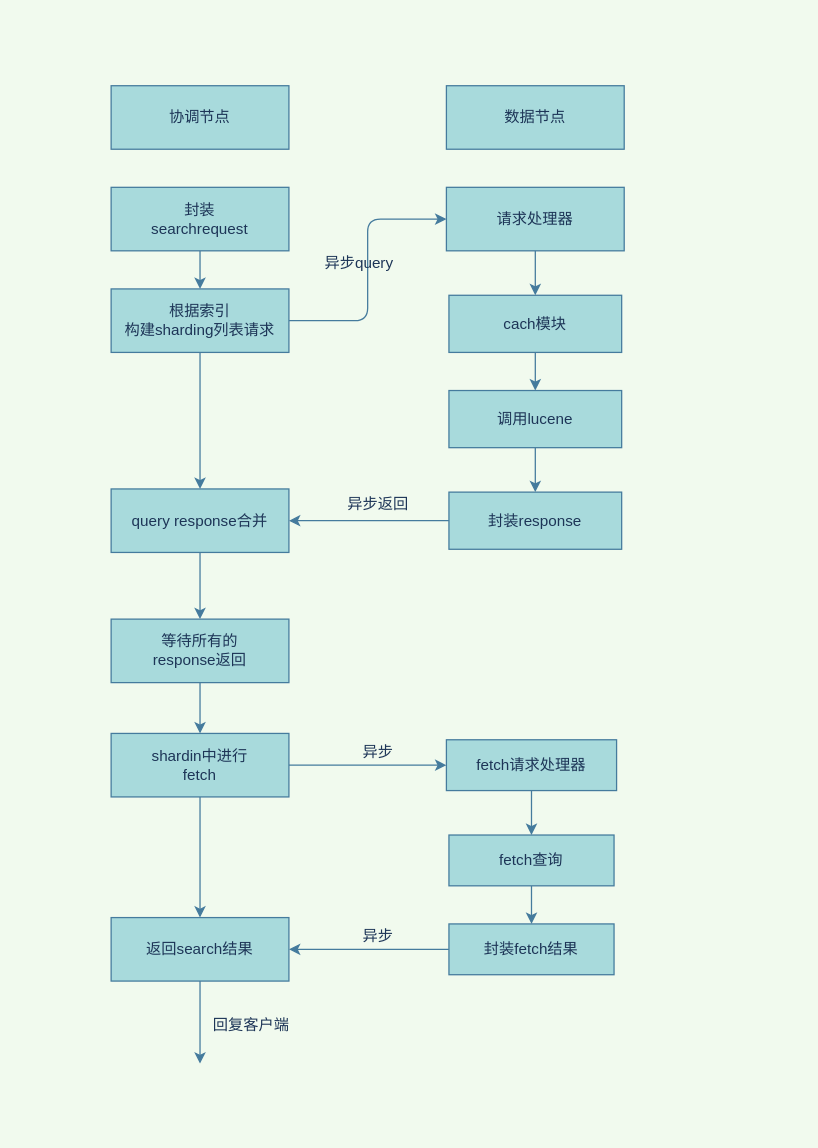
Before: docs/elasticsearch/5-1、elasticsearch查询流程详情/search详细流程.drawio in ZaynJiang/ZaynJiang.github.io, a draw.io diagram. Source tidied: cells renumbered, new cells numbered last; positions are measured from the earlier drawing's top-left corner, leaving out a move shared by most shapes. Both pictures are drawn from the tidied source at 127%, with x=0, y=0 at pixel (110, 85).
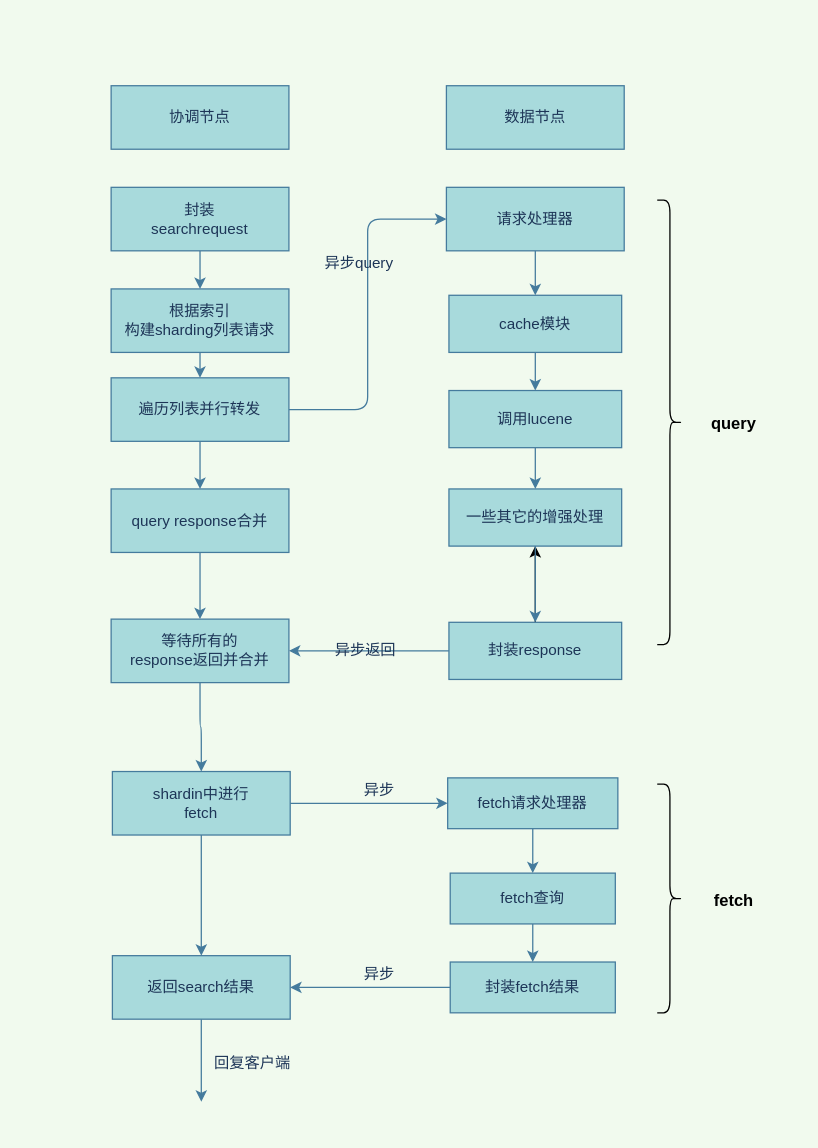
After the change.

The change refers to these unchanged cells:
```xml
<mxCell id="8" value="根据索引&lt;br&gt;构建sharding列表请求" style="rounded=0;whiteSpace=wrap;html=1;sketch=0;fontColor=#1D3557;strokeColor=#457B9D;fillColor=#A8DADC;" parent="1" vertex="1">
  <mxGeometry y="160" width="140" height="50" as="geometry" />
</mxCell>
<mxCell id="10" value="请求处理器" style="rounded=0;whiteSpace=wrap;html=1;sketch=0;fontColor=#1D3557;strokeColor=#457B9D;fillColor=#A8DADC;" parent="1" vertex="1">
  <mxGeometry x="264" y="80" width="140" height="50" as="geometry" />
</mxCell>
<mxCell id="14" value="调用lucene" style="whiteSpace=wrap;html=1;rounded=0;fontColor=#1D3557;strokeColor=#457B9D;fillColor=#A8DADC;sketch=0;" parent="1" vertex="1">
  <mxGeometry x="266" y="240" width="136" height="45" as="geometry" />
</mxCell>
<mxCell id="18" value="query response合并" style="rounded=0;whiteSpace=wrap;html=1;sketch=0;fontColor=#1D3557;strokeColor=#457B9D;fillColor=#A8DADC;" parent="1" vertex="1">
  <mxGeometry y="317.5" width="140" height="50" as="geometry" />
</mxCell>
```

Change to the diagram source:
```diff
@@
-    <mxCell id="6" style="edgeStyle=orthogonalEdgeStyle;curved=0;rounded=1;sketch=0;jettySize=auto;html=1;entryX=0;entryY=0.5;entryDx=0;entryDy=0;fontColor=#1D3557;strokeColor=#457B9D;fillColor=#A8DADC;" parent="1" edge="1" source="8" target="10">
+    <mxCell id="6" style="edgeStyle=orthogonalEdgeStyle;curved=0;rounded=1;sketch=0;jettySize=auto;html=1;entryX=0;entryY=0.5;entryDx=0;entryDy=0;fontColor=#1D3557;strokeColor=#457B9D;fillColor=#A8DADC;exitX=1;exitY=0.5;exitDx=0;exitDy=0;" parent="1" edge="1" source="38" target="10">
       <mxGeometry relative="1" as="geometry" />
     </mxCell>
-    <mxCell id="7" style="edgeStyle=orthogonalEdgeStyle;curved=0;rounded=1;sketch=0;jettySize=auto;html=1;fontColor=#1D3557;strokeColor=#457B9D;fillColor=#A8DADC;" parent="1" edge="1" source="8" target="18">
+    <mxCell id="7" style="edgeStyle=orthogonalEdgeStyle;curved=0;rounded=1;sketch=0;jettySize=auto;html=1;fontColor=#1D3557;strokeColor=#457B9D;fillColor=#A8DADC;exitX=0.5;exitY=1;exitDx=0;exitDy=0;" parent="1" edge="1" source="38" target="18">
       <mxGeometry relative="1" as="geometry" />
     </mxCell>
@@
-    <mxCell id="12" value="cach模块" style="whiteSpace=wrap;html=1;rounded=0;fontColor=#1D3557;strokeColor=#457B9D;fillColor=#A8DADC;sketch=0;" parent="1" vertex="1">
+    <mxCell id="12" value="cache模块" style="whiteSpace=wrap;html=1;rounded=0;fontColor=#1D3557;strokeColor=#457B9D;fillColor=#A8DADC;sketch=0;" parent="1" vertex="1">
       <mxGeometry x="266" y="165" width="136" height="45" as="geometry" />
     </mxCell>
-    <mxCell id="13" style="edgeStyle=orthogonalEdgeStyle;curved=0;rounded=1;sketch=0;jettySize=auto;html=1;fontColor=#1D3557;strokeColor=#457B9D;fillColor=#A8DADC;entryX=0.5;entryY=0;entryDx=0;entryDy=0;" parent="1" edge="1" source="14" target="16">
+    <mxCell id="13" style="edgeStyle=orthogonalEdgeStyle;curved=0;rounded=1;sketch=0;jettySize=auto;html=1;fontColor=#1D3557;strokeColor=#457B9D;fillColor=#A8DADC;entryX=0.5;entryY=0;entryDx=0;entryDy=0;" parent="1" edge="1" source="14" target="40">
       <mxGeometry relative="1" as="geometry" />
     </mxCell>
@@
-    <mxCell id="15" style="edgeStyle=orthogonalEdgeStyle;curved=0;rounded=1;sketch=0;jettySize=auto;html=1;fontColor=#1D3557;strokeColor=#457B9D;fillColor=#A8DADC;entryX=1;entryY=0.5;entryDx=0;entryDy=0;" parent="1" edge="1" source="16" target="18">
+    <mxCell id="15" style="edgeStyle=orthogonalEdgeStyle;curved=0;rounded=1;sketch=0;jettySize=auto;html=1;fontColor=#1D3557;strokeColor=#457B9D;fillColor=#A8DADC;entryX=1;entryY=0.5;entryDx=0;entryDy=0;" parent="1" edge="1" source="16" target="21">
       <mxGeometry relative="1" as="geometry" />
     </mxCell>
+    <mxCell id="37" style="edgeStyle=none;html=1;" parent="1" edge="1" source="16" target="40">
+      <mxGeometry relative="1" as="geometry" />
+    </mxCell>
     <mxCell id="16" value="封装response" style="whiteSpace=wrap;html=1;rounded=0;fontColor=#1D3557;strokeColor=#457B9D;fillColor=#A8DADC;sketch=0;" parent="1" vertex="1">
-      <mxGeometry x="266" y="320" width="136" height="45" as="geometry" />
+      <mxGeometry x="266" y="422.5" width="136" height="45" as="geometry" />
     </mxCell>
@@
     <mxCell id="19" value="异步返回" style="text;html=1;align=center;verticalAlign=middle;strokeColor=none;fontColor=#1D3557;" parent="1" vertex="1">
-      <mxGeometry x="180" y="320" width="60" height="20" as="geometry" />
+      <mxGeometry x="170" y="435" width="60" height="20" as="geometry" />
     </mxCell>
@@
-    <mxCell id="21" value="等待所有的&lt;br&gt;response返回" style="rounded=0;whiteSpace=wrap;html=1;sketch=0;fontColor=#1D3557;strokeColor=#457B9D;fillColor=#A8DADC;" parent="1" vertex="1">
+    <mxCell id="21" value="等待所有的&lt;br&gt;response返回并合并" style="rounded=0;whiteSpace=wrap;html=1;sketch=0;fontColor=#1D3557;strokeColor=#457B9D;fillColor=#A8DADC;" parent="1" vertex="1">
       <mxGeometry y="420" width="140" height="50" as="geometry" />
     </mxCell>
@@
     <mxCell id="25" value="shardin中进行&lt;br&gt;fetch" style="rounded=0;whiteSpace=wrap;html=1;sketch=0;fontColor=#1D3557;strokeColor=#457B9D;fillColor=#A8DADC;" parent="1" vertex="1">
-      <mxGeometry y="510" width="140" height="50" as="geometry" />
+      <mxGeometry x="1" y="540" width="140" height="50" as="geometry" />
     </mxCell>
@@
     <mxCell id="27" value="fetch请求处理器" style="rounded=0;whiteSpace=wrap;html=1;sketch=0;fontColor=#1D3557;strokeColor=#457B9D;fillColor=#A8DADC;" parent="1" vertex="1">
-      <mxGeometry x="264" y="515" width="134" height="40" as="geometry" />
+      <mxGeometry x="265" y="545" width="134" height="40" as="geometry" />
     </mxCell>
@@
     <mxCell id="29" value="fetch查询" style="rounded=0;whiteSpace=wrap;html=1;sketch=0;fontColor=#1D3557;strokeColor=#457B9D;fillColor=#A8DADC;" parent="1" vertex="1">
-      <mxGeometry x="266" y="590" width="130" height="40" as="geometry" />
+      <mxGeometry x="267" y="620" width="130" height="40" as="geometry" />
     </mxCell>
     <mxCell id="30" value="异步" style="text;html=1;align=center;verticalAlign=middle;strokeColor=none;fontColor=#1D3557;" parent="1" vertex="1">
-      <mxGeometry x="190" y="515" width="40" height="20" as="geometry" />
+      <mxGeometry x="191" y="545" width="40" height="20" as="geometry" />
     </mxCell>
@@
     <mxCell id="32" value="封装fetch结果" style="rounded=0;whiteSpace=wrap;html=1;sketch=0;fontColor=#1D3557;strokeColor=#457B9D;fillColor=#A8DADC;" parent="1" vertex="1">
-      <mxGeometry x="266" y="660" width="130" height="40" as="geometry" />
+      <mxGeometry x="267" y="690" width="130" height="40" as="geometry" />
     </mxCell>
     <mxCell id="33" style="edgeStyle=orthogonalEdgeStyle;curved=0;rounded=1;sketch=0;jettySize=auto;html=1;fontColor=#1D3557;strokeColor=#457B9D;fillColor=#A8DADC;" parent="1" edge="1" source="34">
       <mxGeometry relative="1" as="geometry">
-        <mxPoint x="70" y="770" as="targetPoint" />
+        <mxPoint x="71" y="800" as="targetPoint" />
       </mxGeometry>
     </mxCell>
     <mxCell id="34" value="返回search结果" style="rounded=0;whiteSpace=wrap;html=1;sketch=0;fontColor=#1D3557;strokeColor=#457B9D;fillColor=#A8DADC;" parent="1" vertex="1">
-      <mxGeometry y="655" width="140" height="50" as="geometry" />
+      <mxGeometry x="1" y="685" width="140" height="50" as="geometry" />
     </mxCell>
     <mxCell id="35" value="异步" style="text;html=1;align=center;verticalAlign=middle;strokeColor=none;fontColor=#1D3557;" parent="1" vertex="1">
-      <mxGeometry x="190" y="660" width="40" height="20" as="geometry" />
+      <mxGeometry x="191" y="690" width="40" height="20" as="geometry" />
     </mxCell>
     <mxCell id="36" value="回复客户端" style="text;html=1;align=center;verticalAlign=middle;strokeColor=none;fontColor=#1D3557;" parent="1" vertex="1">
-      <mxGeometry x="70" y="730" width="80" height="20" as="geometry" />
+      <mxGeometry x="71" y="760" width="80" height="20" as="geometry" />
     </mxCell>
+    <mxCell id="38" value="遍历列表并行转发" style="rounded=0;whiteSpace=wrap;html=1;sketch=0;fontColor=#1D3557;strokeColor=#457B9D;fillColor=#A8DADC;" parent="1" vertex="1">
+      <mxGeometry y="230" width="140" height="50" as="geometry" />
+    </mxCell>
+    <mxCell id="39" style="edgeStyle=orthogonalEdgeStyle;curved=0;rounded=1;sketch=0;jettySize=auto;html=1;entryX=0.5;entryY=0;entryDx=0;entryDy=0;fontColor=#1D3557;strokeColor=#457B9D;fillColor=#A8DADC;exitX=0.5;exitY=1;exitDx=0;exitDy=0;" parent="1" edge="1" source="8" target="38">
+      <mxGeometry relative="1" as="geometry" />
+    </mxCell>
+    <mxCell id="40" value="一些其它的增强处理" style="whiteSpace=wrap;html=1;rounded=0;fontColor=#1D3557;strokeColor=#457B9D;fillColor=#A8DADC;sketch=0;" parent="1" vertex="1">
+      <mxGeometry x="266" y="317.5" width="136" height="45" as="geometry" />
+    </mxCell>
+    <mxCell id="41" style="edgeStyle=orthogonalEdgeStyle;curved=0;rounded=1;sketch=0;jettySize=auto;html=1;fontColor=#1D3557;strokeColor=#457B9D;fillColor=#A8DADC;exitX=0.5;exitY=1;exitDx=0;exitDy=0;entryX=0.5;entryY=0;entryDx=0;entryDy=0;" parent="1" edge="1" source="40" target="16">
+      <mxGeometry relative="1" as="geometry" />
+    </mxCell>
+    <mxCell id="42" style="rounded=0;whiteSpace=wrap;html=1;fillColor=none;strokeColor=none;" parent="1" vertex="1">
+      <mxGeometry x="-70" y="-50" width="610" height="870" as="geometry" />
+    </mxCell>
+    <mxCell id="43" style="shape=curlyBracket;whiteSpace=wrap;html=1;rounded=1;flipH=1;fillColor=none;strokeColor=#000000;" parent="1" vertex="1">
+      <mxGeometry x="430" y="90" width="20" height="350" as="geometry" />
+    </mxCell>
+    <mxCell id="44" style="shape=curlyBracket;whiteSpace=wrap;html=1;rounded=1;flipH=1;fillColor=none;strokeColor=#000000;" parent="1" vertex="1">
+      <mxGeometry x="430" y="550" width="20" height="180" as="geometry" />
+    </mxCell>
+    <mxCell id="45" value="&lt;font style=&quot;font-size: 13px&quot; color=&quot;#000000&quot;&gt;query&lt;/font&gt;" style="text;strokeColor=none;fillColor=none;html=1;fontSize=24;fontStyle=1;verticalAlign=middle;align=center;" parent="1" vertex="1">
+      <mxGeometry x="460" y="245" width="60" height="35" as="geometry" />
+    </mxCell>
+    <mxCell id="46" value="&lt;font style=&quot;font-size: 13px&quot; color=&quot;#000000&quot;&gt;fetch&lt;/font&gt;" style="text;strokeColor=none;fillColor=none;html=1;fontSize=24;fontStyle=1;verticalAlign=middle;align=center;" parent="1" vertex="1">
+      <mxGeometry x="460" y="620" width="60" height="35" as="geometry" />
+    </mxCell>
```
